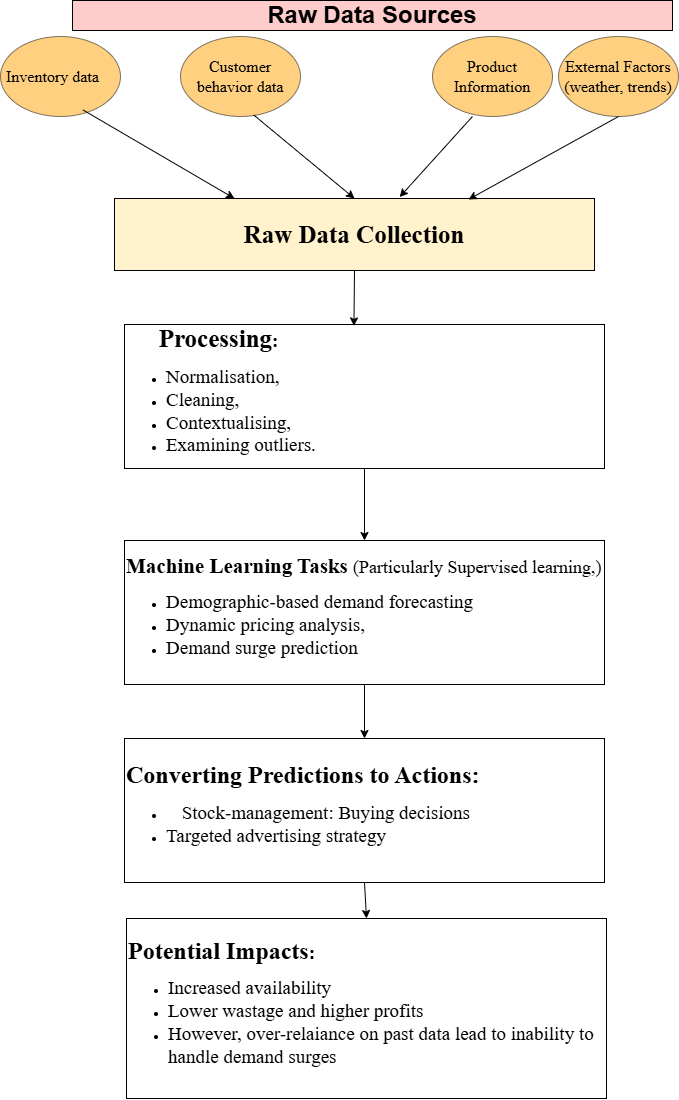
Earlier version of the draw.io export DRAFT-AAI_Unit_6_Consol_Act3_.drawio.png (Uchii1/Study-Python). Source tidied: cells renumbered, new cells last; positions are measured from the earlier drawing's top-left corner, leaving out a move shared by most shapes.
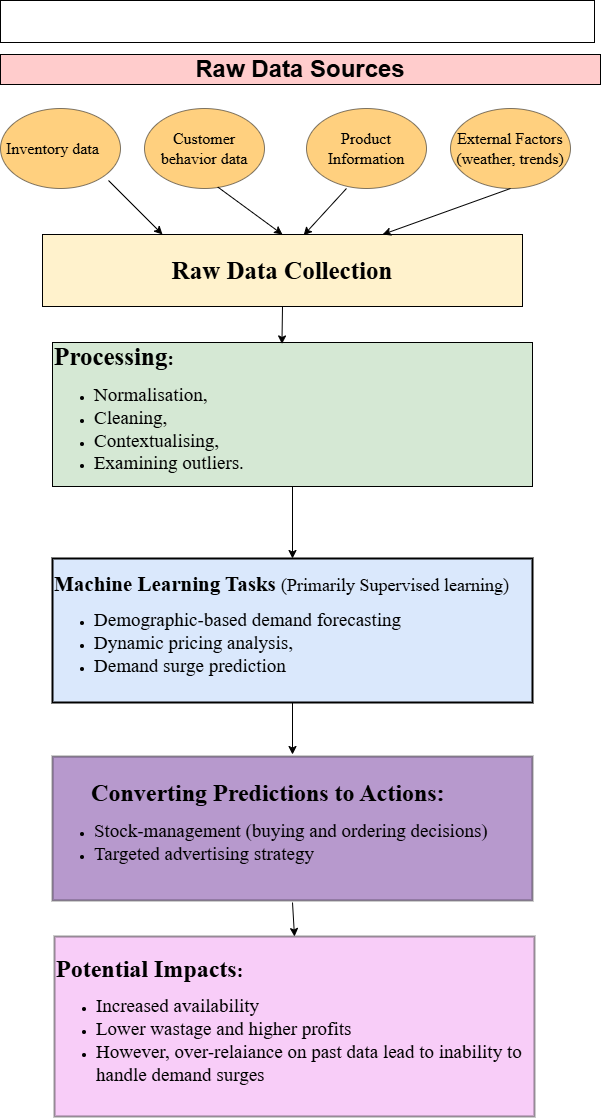
Above is the later version.

Change to the diagram source:
```diff
@@ -3,28 +3,30 @@
     <mxCell id="0" />
     <mxCell id="1" parent="0" />
     <mxCell id="2" value="&lt;p style=&quot;&quot;&gt;&lt;b style=&quot;font-family: &amp;quot;Times New Roman&amp;quot;; background-color: transparent; color: light-dark(rgb(0, 0, 0), rgb(255, 255, 255));&quot;&gt;&lt;font style=&quot;font-size: 25px;&quot;&gt;Raw Data Collection&lt;/font&gt;&lt;/b&gt;&lt;/p&gt;" style="rounded=0;whiteSpace=wrap;html=1;align=center;fillColor=#fff2cc;strokeColor=light-dark(#000000, #6d5100);" parent="1" vertex="1">
-      <mxGeometry x="114" y="198" width="480" height="72" as="geometry" />
+      <mxGeometry x="114" y="216" width="480" height="72" as="geometry" />
     </mxCell>
     <mxCell id="3" value="&lt;font style=&quot;font-size: 16px;&quot;&gt;Inventory data&lt;span style=&quot;white-space: pre;&quot;&gt;&#9;&lt;/span&gt;&lt;/font&gt;" style="ellipse;whiteSpace=wrap;html=1;fontFamily=Times New Roman;fontSize=18;align=center;fillColor=light-dark(#ffa200, #EDEDED);opacity=50;" parent="1" vertex="1">
-      <mxGeometry y="36" width="120" height="80" as="geometry" />
+      <mxGeometry x="72" y="90" width="120" height="80" as="geometry" />
     </mxCell>
     <mxCell id="4" value="&lt;div style=&quot;&quot;&gt;&lt;font face=&quot;Times New Roman&quot; style=&quot;font-size: 16px;&quot;&gt;Customer behavior data&lt;/font&gt;&lt;/div&gt;" style="ellipse;whiteSpace=wrap;html=1;fillColor=light-dark(#ffa200, #EDEDED);opacity=50;align=center;" parent="1" vertex="1">
-      <mxGeometry x="180" y="36" width="120" height="80" as="geometry" />
+      <mxGeometry x="216" y="90" width="120" height="80" as="geometry" />
     </mxCell>
     <mxCell id="5" value="&lt;span style=&quot;font-family: &amp;quot;Times New Roman&amp;quot;; text-align: left;&quot;&gt;&lt;font style=&quot;font-size: 16px;&quot;&gt;Product Information&lt;/font&gt;&lt;/span&gt;" style="ellipse;whiteSpace=wrap;html=1;fillColor=light-dark(#ffa200, #EDEDED);opacity=50;" parent="1" vertex="1">
-      <mxGeometry x="432" y="36" width="120" height="80" as="geometry" />
+      <mxGeometry x="378" y="90" width="120" height="80" as="geometry" />
     </mxCell>
-    <mxCell id="6" value="&lt;div style=&quot;text-align: center;&quot;&gt;&lt;b style=&quot;font-family: &amp;quot;Times New Roman&amp;quot;; background-color: transparent; color: light-dark(rgb(0, 0, 0), rgb(255, 255, 255));&quot;&gt;&lt;font style=&quot;font-size: 25px;&quot;&gt;Processing&lt;/font&gt;&lt;span style=&quot;font-size: 19px;&quot;&gt;:&amp;nbsp;&lt;/span&gt;&lt;/b&gt;&lt;/div&gt;&lt;div&gt;&lt;ul&gt;&lt;li&gt;&lt;font face=&quot;Times New Roman&quot; style=&quot;font-size: 19px;&quot;&gt;Normalisation,&amp;nbsp;&lt;/font&gt;&lt;/li&gt;&lt;li&gt;&lt;font face=&quot;Times New Roman&quot; style=&quot;font-size: 19px;&quot;&gt;Cleaning,&amp;nbsp;&lt;/font&gt;&lt;/li&gt;&lt;li&gt;&lt;font face=&quot;Times New Roman&quot; style=&quot;font-size: 19px;&quot;&gt;Contextualising,&amp;nbsp;&lt;/font&gt;&lt;/li&gt;&lt;li&gt;&lt;font face=&quot;Times New Roman&quot; style=&quot;font-size: 19px;&quot;&gt;Examining outliers.&lt;/font&gt;&lt;/li&gt;&lt;/ul&gt;&lt;/div&gt;" style="rounded=0;whiteSpace=wrap;html=1;align=left;" parent="1" vertex="1">
+    <mxCell id="6" value="&lt;div style=&quot;&quot;&gt;&lt;b style=&quot;font-family: &amp;quot;Times New Roman&amp;quot;; background-color: transparent; color: light-dark(rgb(0, 0, 0), rgb(255, 255, 255));&quot;&gt;&lt;font style=&quot;font-size: 25px;&quot;&gt;Processing&lt;/font&gt;&lt;span style=&quot;font-size: 19px;&quot;&gt;:&amp;nbsp;&lt;/span&gt;&lt;/b&gt;&lt;/div&gt;&lt;div&gt;&lt;ul&gt;&lt;li&gt;&lt;font face=&quot;Times New Roman&quot; style=&quot;font-size: 19px;&quot;&gt;Normalisation,&amp;nbsp;&lt;/font&gt;&lt;/li&gt;&lt;li&gt;&lt;font face=&quot;Times New Roman&quot; style=&quot;font-size: 19px;&quot;&gt;Cleaning,&amp;nbsp;&lt;/font&gt;&lt;/li&gt;&lt;li&gt;&lt;font face=&quot;Times New Roman&quot; style=&quot;font-size: 19px;&quot;&gt;Contextualising,&amp;nbsp;&lt;/font&gt;&lt;/li&gt;&lt;li&gt;&lt;font face=&quot;Times New Roman&quot; style=&quot;font-size: 19px;&quot;&gt;Examining outliers.&lt;/font&gt;&lt;/li&gt;&lt;/ul&gt;&lt;/div&gt;" style="rounded=0;whiteSpace=wrap;html=1;align=left;fillColor=#d5e8d4;strokeColor=#000000;" parent="1" vertex="1">
       <mxGeometry x="124" y="324" width="480" height="144" as="geometry" />
     </mxCell>
-    <mxCell id="7" value="&lt;div style=&quot;&quot;&gt;&lt;div style=&quot;text-align: center;&quot;&gt;&lt;span style=&quot;font-family: &amp;quot;Times New Roman&amp;quot;; background-color: transparent; color: light-dark(rgb(0, 0, 0), rgb(255, 255, 255));&quot;&gt;&lt;font style=&quot;font-weight: bold; font-size: 24px;&quot;&gt;Converting Predictions to Actions:&amp;nbsp;&lt;/font&gt;&lt;/span&gt;&lt;/div&gt;&lt;div style=&quot;&quot;&gt;&lt;ul&gt;&lt;li style=&quot;text-align: center;&quot;&gt;&lt;font face=&quot;Times New Roman&quot;&gt;&lt;span style=&quot;font-size: 19px;&quot;&gt;Stock-management: Buying decisions&lt;/span&gt;&lt;/font&gt;&lt;/li&gt;&lt;li&gt;&lt;font face=&quot;Times New Roman&quot;&gt;&lt;span style=&quot;font-size: 19px;&quot;&gt;Targeted advertising strategy&lt;/span&gt;&lt;/font&gt;&lt;/li&gt;&lt;/ul&gt;&lt;/div&gt;&lt;/div&gt;" style="rounded=0;whiteSpace=wrap;html=1;align=left;" parent="1" vertex="1">
+    <mxCell id="7" value="&lt;div style=&quot;&quot;&gt;&lt;div style=&quot;text-align: center;&quot;&gt;&lt;span style=&quot;font-family: &amp;quot;Times New Roman&amp;quot;; background-color: transparent; color: light-dark(rgb(0, 0, 0), rgb(255, 255, 255));&quot;&gt;&lt;font style=&quot;font-weight: bold; font-size: 24px;&quot;&gt;Converting Predictions to Actions:&amp;nbsp;&lt;/font&gt;&lt;/span&gt;&lt;/div&gt;&lt;div style=&quot;&quot;&gt;&lt;ul&gt;&lt;li&gt;&lt;span style=&quot;font-size: 19px; font-family: &amp;quot;Times New Roman&amp;quot;; background-color: transparent; color: light-dark(rgb(0, 0, 0), rgb(255, 255, 255));&quot;&gt;Stock-management (buying and ordering decisions)&lt;/span&gt;&lt;/li&gt;&lt;li&gt;&lt;font face=&quot;Times New Roman&quot;&gt;&lt;span style=&quot;font-size: 19px;&quot;&gt;Targeted advertising strategy&lt;/span&gt;&lt;/font&gt;&lt;/li&gt;&lt;/ul&gt;&lt;/div&gt;&lt;/div&gt;" style="rounded=0;whiteSpace=wrap;html=1;align=left;fillColor=light-dark(#4b0082, #392f3f);strokeColor=#000000;opacity=40;gradientColor=none;perimeterSpacing=2;strokeWidth=2;" parent="1" vertex="1">
       <mxGeometry x="124" y="738" width="480" height="144" as="geometry" />
     </mxCell>
-    <mxCell id="8" value="&lt;div style=&quot;text-align: center;&quot;&gt;&lt;span style=&quot;font-family: &amp;quot;Times New Roman&amp;quot;; background-color: transparent; color: light-dark(rgb(0, 0, 0), rgb(255, 255, 255));&quot;&gt;&lt;font style=&quot;font-weight: bold; font-size: 21px;&quot;&gt;Machine Learning Tasks&lt;/font&gt;&lt;font style=&quot;font-weight: bold; font-size: 21px;&quot;&gt; &lt;/font&gt;&lt;font style=&quot;font-size: 18px;&quot;&gt;(Particularly&amp;nbsp;&lt;/font&gt;&lt;/span&gt;&lt;span style=&quot;font-family: &amp;quot;Times New Roman&amp;quot;; background-color: transparent; color: light-dark(rgb(0, 0, 0), rgb(255, 255, 255)); text-align: left;&quot;&gt;&lt;font style=&quot;font-size: 18px;&quot;&gt;Supervised learning,)&lt;/font&gt;&lt;/span&gt;&lt;/div&gt;&lt;div&gt;&lt;ul&gt;&lt;li&gt;&lt;font face=&quot;Times New Roman&quot; style=&quot;font-size: 19px;&quot;&gt;Demographic-based demand forecasting&lt;/font&gt;&lt;/li&gt;&lt;li&gt;&lt;font face=&quot;Times New Roman&quot; style=&quot;font-size: 19px;&quot;&gt;Dynamic pricing analysis,&amp;nbsp;&lt;/font&gt;&lt;/li&gt;&lt;li&gt;&lt;font face=&quot;Times New Roman&quot; style=&quot;font-size: 19px;&quot;&gt;Demand surge prediction&lt;/font&gt;&lt;/li&gt;&lt;/ul&gt;&lt;/div&gt;" style="rounded=0;whiteSpace=wrap;html=1;align=left;" parent="1" vertex="1">
+    <mxCell id="8" value="&lt;div style=&quot;text-align: center;&quot;&gt;&lt;span style=&quot;font-family: &amp;quot;Times New Roman&amp;quot;; background-color: transparent; color: light-dark(rgb(0, 0, 0), rgb(255, 255, 255));&quot;&gt;&lt;font style=&quot;font-weight: bold; font-size: 21px;&quot;&gt;Machine Learning Tasks&lt;/font&gt;&lt;font style=&quot;font-weight: bold; font-size: 21px;&quot;&gt;&amp;nbsp;&lt;/font&gt;&lt;font style=&quot;font-size: 18px;&quot;&gt;(Primarily&amp;nbsp;&lt;/font&gt;&lt;/span&gt;&lt;span style=&quot;font-family: &amp;quot;Times New Roman&amp;quot;; background-color: transparent; color: light-dark(rgb(0, 0, 0), rgb(255, 255, 255)); text-align: left;&quot;&gt;&lt;font style=&quot;font-size: 18px;&quot;&gt;Supervised learnin&lt;/font&gt;&lt;font style=&quot;font-size: 18px;&quot;&gt;g)&lt;/font&gt;&lt;/span&gt;&lt;/div&gt;&lt;div&gt;&lt;ul&gt;&lt;li&gt;&lt;font face=&quot;Times New Roman&quot; style=&quot;font-size: 19px;&quot;&gt;Demographic-based demand forecasting&lt;/font&gt;&lt;/li&gt;&lt;li&gt;&lt;font face=&quot;Times New Roman&quot; style=&quot;font-size: 19px;&quot;&gt;Dynamic pricing analysis,&amp;nbsp;&lt;/font&gt;&lt;/li&gt;&lt;li&gt;&lt;font face=&quot;Times New Roman&quot; style=&quot;font-size: 19px;&quot;&gt;Demand surge prediction&lt;/font&gt;&lt;/li&gt;&lt;/ul&gt;&lt;/div&gt;" style="rounded=0;whiteSpace=wrap;html=1;align=left;fillColor=#dae8fc;strokeColor=#000000;strokeWidth=2;" parent="1" vertex="1">
       <mxGeometry x="124" y="540" width="480" height="144" as="geometry" />
     </mxCell>
-    <mxCell id="9" style="endArrow=classic;html=1;rounded=0;curved=0;exitX=0.686;exitY=0.917;exitDx=0;exitDy=0;exitPerimeter=0;entryX=0.25;entryY=0;entryDx=0;entryDy=0;" parent="1" edge="1" source="3" target="2">
-      <mxGeometry relative="1" as="geometry" />
+    <mxCell id="9" style="endArrow=classic;html=1;rounded=0;curved=0;entryX=0.25;entryY=0;entryDx=0;entryDy=0;" parent="1" edge="1" target="2">
+      <mxGeometry relative="1" as="geometry">
+        <mxPoint x="180" y="162" as="sourcePoint" />
+      </mxGeometry>
     </mxCell>
     <mxCell id="10" style="endArrow=classic;html=1;rounded=0;curved=0;exitX=0.61;exitY=0.981;exitDx=0;exitDy=0;exitPerimeter=0;entryX=0.5;entryY=0;entryDx=0;entryDy=0;" parent="1" edge="1" source="4" target="2">
       <mxGeometry relative="1" as="geometry" />
@@ -35,21 +37,19 @@
     <mxCell id="12" style="endArrow=classic;html=1;rounded=0;curved=0;exitX=0.5;exitY=1;exitDx=0;exitDy=0;entryX=0.5;entryY=0;entryDx=0;entryDy=0;" parent="1" edge="1" source="8" target="7">
       <mxGeometry relative="1" as="geometry" />
     </mxCell>
-    <mxCell id="13" style="endArrow=classic;html=1;rounded=0;curved=0;exitX=0.333;exitY=1;exitDx=0;exitDy=0;exitPerimeter=0;entryX=0.594;entryY=-0.02;entryDx=0;entryDy=0;entryPerimeter=0;" parent="1" edge="1" source="5" target="2">
+    <mxCell id="13" style="endArrow=classic;html=1;rounded=0;curved=0;exitX=0.333;exitY=1;exitDx=0;exitDy=0;exitPerimeter=0;entryX=0.544;entryY=0.011;entryDx=0;entryDy=0;entryPerimeter=0;" parent="1" edge="1" source="5" target="2">
       <mxGeometry relative="1" as="geometry" />
     </mxCell>
     <mxCell id="14" value="Raw Data Sources" style="text;html=1;whiteSpace=wrap;strokeColor=light-dark(#000000, #5c79a3);fillColor=#FFCCCC;align=center;verticalAlign=middle;rounded=0;fontSize=24;fontStyle=1;fillStyle=solid;" parent="1" vertex="1">
-      <mxGeometry x="72" width="600" height="30" as="geometry" />
+      <mxGeometry x="72" y="36" width="600" height="30" as="geometry" />
     </mxCell>
     <mxCell id="15" value="&lt;span style=&quot;font-family: &amp;quot;Times New Roman&amp;quot;; text-align: left;&quot;&gt;&lt;font style=&quot;font-size: 16px;&quot;&gt;External Factors (weather, trends)&lt;/font&gt;&lt;/span&gt;" style="ellipse;whiteSpace=wrap;html=1;fillColor=light-dark(#ffa200, #EDEDED);opacity=50;" parent="1" vertex="1">
-      <mxGeometry x="558" y="36" width="120" height="80" as="geometry" />
+      <mxGeometry x="522" y="90" width="120" height="80" as="geometry" />
     </mxCell>
-    <mxCell id="16" style="endArrow=classic;html=1;rounded=0;curved=0;exitX=0.5;exitY=1;exitDx=0;exitDy=0;" parent="1" edge="1" source="15">
-      <mxGeometry relative="1" as="geometry">
-        <mxPoint x="468" y="199" as="targetPoint" />
-      </mxGeometry>
+    <mxCell id="16" style="endArrow=classic;html=1;rounded=0;curved=0;exitX=0.5;exitY=1;exitDx=0;exitDy=0;" parent="1" edge="1" source="15" target="2">
+      <mxGeometry relative="1" as="geometry" />
     </mxCell>
-    <mxCell id="17" value="&lt;div style=&quot;&quot;&gt;&lt;b style=&quot;font-family: &amp;quot;Times New Roman&amp;quot;; background-color: transparent; color: light-dark(rgb(0, 0, 0), rgb(255, 255, 255));&quot;&gt;&lt;font style=&quot;font-size: 24px;&quot;&gt;Potential Impacts&lt;/font&gt;&lt;span style=&quot;font-size: 19px;&quot;&gt;:&lt;/span&gt;&lt;/b&gt;&lt;/div&gt;&lt;div&gt;&lt;ul&gt;&lt;li&gt;&lt;font face=&quot;Times New Roman&quot; style=&quot;font-size: 19px;&quot;&gt;Increased availability&lt;/font&gt;&lt;/li&gt;&lt;li&gt;&lt;font face=&quot;Times New Roman&quot; style=&quot;font-size: 19px;&quot;&gt;Lower wastage and higher profits&lt;/font&gt;&lt;/li&gt;&lt;li&gt;&lt;font face=&quot;Times New Roman&quot;&gt;&lt;span style=&quot;font-size: 19px;&quot;&gt;However, over-relaiance on past data lead to inability to handle demand surges&lt;/span&gt;&lt;/font&gt;&lt;/li&gt;&lt;/ul&gt;&lt;/div&gt;" style="rounded=0;whiteSpace=wrap;html=1;align=left;" parent="1" vertex="1">
+    <mxCell id="17" value="&lt;div style=&quot;&quot;&gt;&lt;b style=&quot;font-family: &amp;quot;Times New Roman&amp;quot;; background-color: transparent; color: light-dark(rgb(0, 0, 0), rgb(255, 255, 255));&quot;&gt;&lt;font style=&quot;font-size: 24px;&quot;&gt;Potential Impacts&lt;/font&gt;&lt;span style=&quot;font-size: 19px;&quot;&gt;:&lt;/span&gt;&lt;/b&gt;&lt;/div&gt;&lt;div&gt;&lt;ul&gt;&lt;li&gt;&lt;font face=&quot;Times New Roman&quot; style=&quot;font-size: 19px;&quot;&gt;Increased availability&lt;/font&gt;&lt;/li&gt;&lt;li&gt;&lt;font face=&quot;Times New Roman&quot; style=&quot;font-size: 19px;&quot;&gt;Lower wastage and higher profits&lt;/font&gt;&lt;/li&gt;&lt;li&gt;&lt;font face=&quot;Times New Roman&quot;&gt;&lt;span style=&quot;font-size: 19px;&quot;&gt;However, over-relaiance on past data lead to inability to handle demand surges&lt;/span&gt;&lt;/font&gt;&lt;/li&gt;&lt;/ul&gt;&lt;/div&gt;" style="rounded=0;whiteSpace=wrap;html=1;align=left;fillColor=#EE82EE;opacity=40;strokeWidth=2;" parent="1" vertex="1">
       <mxGeometry x="126" y="918" width="480" height="180" as="geometry" />
     </mxCell>
     <mxCell id="18" style="endArrow=classic;html=1;rounded=0;curved=0;exitX=0.5;exitY=1;exitDx=0;exitDy=0;entryX=0.478;entryY=0.01;entryDx=0;entryDy=0;entryPerimeter=0;" parent="1" edge="1" source="2" target="6">
@@ -58,5 +58,8 @@
     <mxCell id="19" style="endArrow=classic;html=1;rounded=0;curved=0;exitX=0.5;exitY=1;exitDx=0;exitDy=0;entryX=0.5;entryY=0;entryDx=0;entryDy=0;" parent="1" edge="1" source="7" target="17">
       <mxGeometry relative="1" as="geometry" />
     </mxCell>
+    <mxCell id="20" style="rounded=0;whiteSpace=wrap;html=1;" parent="1" vertex="1">
+      <mxGeometry x="72" y="-18" width="594" height="42" as="geometry" />
+    </mxCell>
   </root>
 </mxGraphModel>
```
